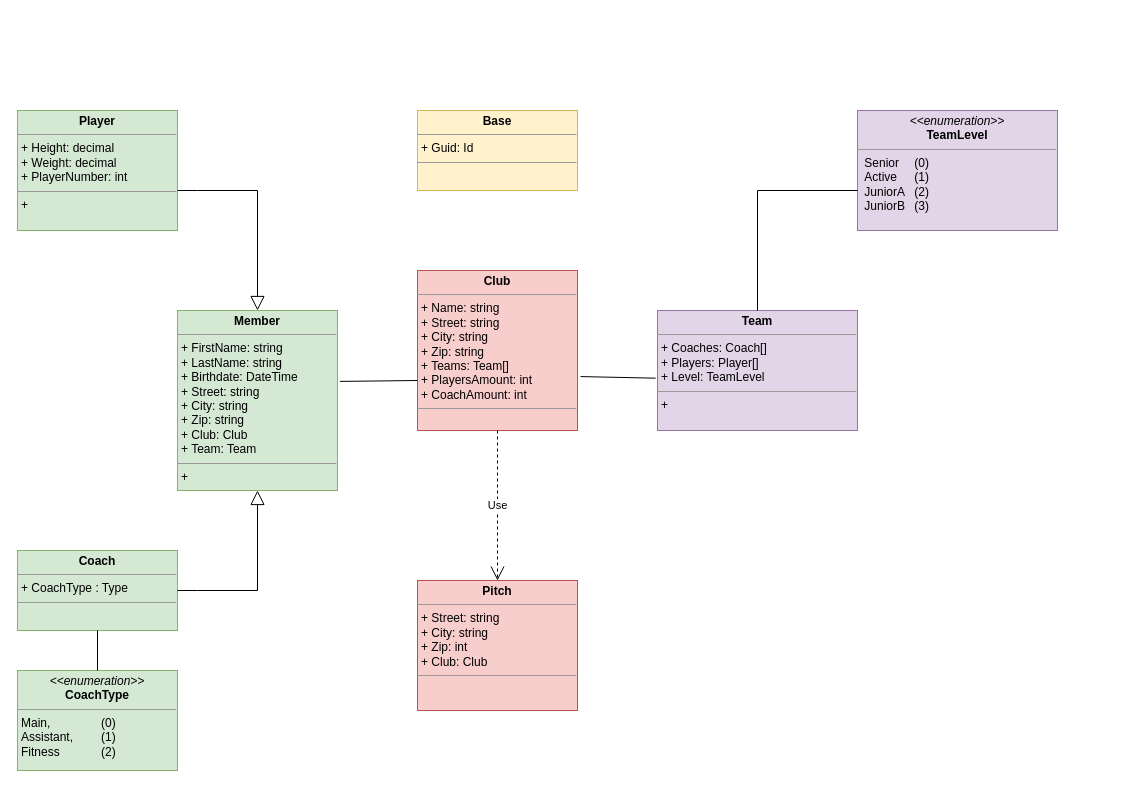
The draw.io diagram docs/Klassendiagramm.drawio in harismkhan/ClubManagement, before the edit. Source tidied: cells renumbered, new cells numbered last; positions are measured from the earlier drawing's top-left corner, leaving out a move shared by most shapes. Both pictures are drawn from the tidied source at 100%, with x=0, y=0 at pixel (17, 110).
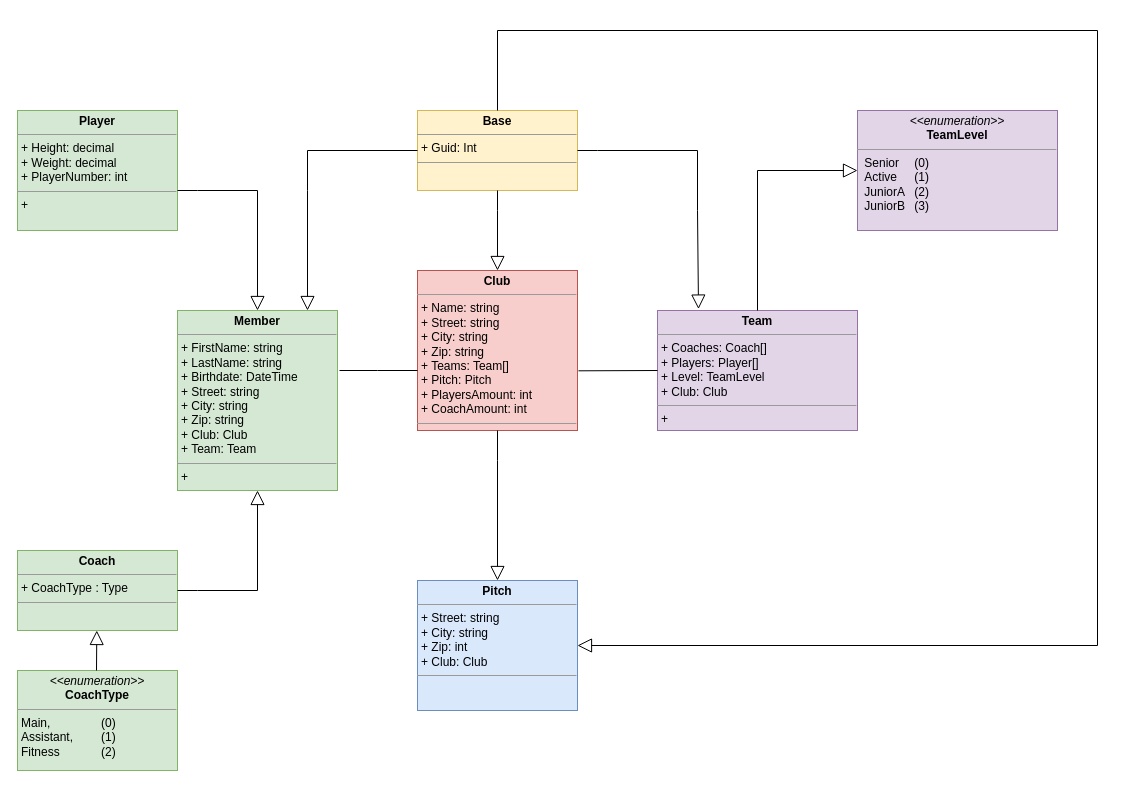
The same diagram, later.

Commit message (it also covers changes not shown here):
I updated the Class Diagramm according to the Feedback I received from the Presntation and corrected the Mistakes I had in the Program.

The change refers to these unchanged cells:
```xml
<mxCell id="5" value="&lt;p style=&quot;margin: 0px ; margin-top: 4px ; text-align: center&quot;&gt;&lt;i&gt;&amp;lt;&amp;lt;enumeration&amp;gt;&amp;gt;&lt;/i&gt;&lt;br&gt;&lt;b&gt;TeamLevel&lt;/b&gt;&lt;/p&gt;&lt;hr size=&quot;1&quot;&gt;&lt;p style=&quot;margin: 0px ; margin-left: 4px&quot;&gt;&amp;nbsp;Senior &lt;span style=&quot;white-space: pre&quot;&gt;&#9;&lt;/span&gt;(0)&lt;br&gt;&amp;nbsp;Active &lt;span style=&quot;white-space: pre&quot;&gt;&#9;&lt;/span&gt;(1)&lt;/p&gt;&lt;p style=&quot;margin: 0px ; margin-left: 4px&quot;&gt;&amp;nbsp;JuniorA &lt;span style=&quot;white-space: pre&quot;&gt;&#9;&lt;/span&gt;(2)&lt;/p&gt;&lt;p style=&quot;margin: 0px ; margin-left: 4px&quot;&gt;&amp;nbsp;JuniorB &lt;span style=&quot;white-space: pre&quot;&gt;&#9;&lt;/span&gt;(3)&lt;/p&gt;&lt;p style=&quot;margin: 0px ; margin-left: 4px&quot;&gt;&lt;br&gt;&lt;/p&gt;" style="verticalAlign=top;align=left;overflow=fill;fontSize=12;fontFamily=Helvetica;html=1;fillColor=#e1d5e7;strokeColor=#9673a6;" parent="1" vertex="1">
  <mxGeometry x="840" width="200" height="120" as="geometry" />
</mxCell>
<mxCell id="7" value="&lt;p style=&quot;margin: 0px ; margin-top: 4px ; text-align: center&quot;&gt;&lt;b&gt;Coach&lt;/b&gt;&lt;/p&gt;&lt;hr size=&quot;1&quot;&gt;&lt;p style=&quot;margin: 0px ; margin-left: 4px&quot;&gt;&lt;span&gt;+ CoachType : Type&amp;nbsp;&lt;/span&gt;&lt;br&gt;&lt;/p&gt;&lt;hr size=&quot;1&quot;&gt;&lt;p style=&quot;margin: 0px 0px 0px 4px&quot;&gt;&lt;br&gt;&lt;/p&gt;" style="verticalAlign=top;align=left;overflow=fill;fontSize=12;fontFamily=Helvetica;html=1;fillColor=#d5e8d4;strokeColor=#82b366;" parent="1" vertex="1">
  <mxGeometry y="440" width="160" height="80" as="geometry" />
</mxCell>
<mxCell id="10" value="&lt;p style=&quot;margin: 0px ; margin-top: 4px ; text-align: center&quot;&gt;&lt;i&gt;&amp;lt;&amp;lt;enumeration&amp;gt;&amp;gt;&lt;/i&gt;&lt;br&gt;&lt;b&gt;CoachType&lt;/b&gt;&lt;/p&gt;&lt;hr size=&quot;1&quot;&gt;&lt;p style=&quot;margin: 0px ; margin-left: 4px&quot;&gt;Main,&lt;span style=&quot;white-space: pre&quot;&gt;&#9;&lt;span style=&quot;white-space: pre&quot;&gt;&#9;&lt;/span&gt;&lt;/span&gt;(0)&lt;/p&gt;&lt;p style=&quot;margin: 0px ; margin-left: 4px&quot;&gt;Assistant,&lt;span style=&quot;white-space: pre&quot;&gt;&#9;&lt;/span&gt;(1)&lt;/p&gt;&lt;p style=&quot;margin: 0px ; margin-left: 4px&quot;&gt;Fitness&lt;span style=&quot;white-space: pre&quot;&gt;&#9;&lt;/span&gt;&lt;span style=&quot;white-space: pre&quot;&gt;&#9;&lt;/span&gt;(2)&lt;/p&gt;" style="verticalAlign=top;align=left;overflow=fill;fontSize=12;fontFamily=Helvetica;html=1;fillColor=#d5e8d4;strokeColor=#82b366;" parent="1" vertex="1">
  <mxGeometry y="560" width="160" height="100" as="geometry" />
</mxCell>
```

Change to the diagram source:
```diff
@@
-    <mxCell id="2" value="&lt;p style=&quot;margin: 0px ; margin-top: 4px ; text-align: center&quot;&gt;&lt;b&gt;Club&lt;/b&gt;&lt;/p&gt;&lt;hr size=&quot;1&quot;&gt;&lt;p style=&quot;margin: 0px ; margin-left: 4px&quot;&gt;+ Name: string&lt;/p&gt;&lt;p style=&quot;margin: 0px ; margin-left: 4px&quot;&gt;+ Street: string&lt;/p&gt;&lt;p style=&quot;margin: 0px 0px 0px 4px&quot;&gt;+ City: string&lt;/p&gt;&lt;div&gt;&lt;p style=&quot;margin: 0px 0px 0px 4px&quot;&gt;+ Zip: string&lt;/p&gt;&lt;/div&gt;&lt;p style=&quot;margin: 0px ; margin-left: 4px&quot;&gt;+ Teams: Team[]&lt;/p&gt;&lt;p style=&quot;margin: 0px ; margin-left: 4px&quot;&gt;+ PlayersAmount: int&lt;/p&gt;&lt;p style=&quot;margin: 0px ; margin-left: 4px&quot;&gt;+ CoachAmount: int&lt;/p&gt;&lt;hr size=&quot;1&quot;&gt;&lt;p style=&quot;margin: 0px ; margin-left: 4px&quot;&gt;&lt;br&gt;&lt;/p&gt;" style="verticalAlign=top;align=left;overflow=fill;fontSize=12;fontFamily=Helvetica;html=1;fillColor=#f8cecc;strokeColor=#b85450;" parent="1" vertex="1">
+    <mxCell id="2" value="&lt;p style=&quot;margin: 0px ; margin-top: 4px ; text-align: center&quot;&gt;&lt;b&gt;Club&lt;/b&gt;&lt;/p&gt;&lt;hr size=&quot;1&quot;&gt;&lt;p style=&quot;margin: 0px ; margin-left: 4px&quot;&gt;+ Name: string&lt;/p&gt;&lt;p style=&quot;margin: 0px ; margin-left: 4px&quot;&gt;+ Street: string&lt;/p&gt;&lt;p style=&quot;margin: 0px 0px 0px 4px&quot;&gt;+ City: string&lt;/p&gt;&lt;div&gt;&lt;p style=&quot;margin: 0px 0px 0px 4px&quot;&gt;+ Zip: string&lt;/p&gt;&lt;/div&gt;&lt;p style=&quot;margin: 0px ; margin-left: 4px&quot;&gt;+ Teams: Team[]&lt;/p&gt;&lt;p style=&quot;margin: 0px ; margin-left: 4px&quot;&gt;+ Pitch: Pitch&lt;/p&gt;&lt;p style=&quot;margin: 0px ; margin-left: 4px&quot;&gt;+ PlayersAmount: int&lt;/p&gt;&lt;p style=&quot;margin: 0px ; margin-left: 4px&quot;&gt;+ CoachAmount: int&lt;/p&gt;&lt;hr size=&quot;1&quot;&gt;&lt;p style=&quot;margin: 0px ; margin-left: 4px&quot;&gt;&lt;br&gt;&lt;/p&gt;" style="verticalAlign=top;align=left;overflow=fill;fontSize=12;fontFamily=Helvetica;html=1;fillColor=#f8cecc;strokeColor=#b85450;" parent="1" vertex="1">
       <mxGeometry x="400" y="160" width="160" height="160" as="geometry" />
     </mxCell>
-    <mxCell id="3" value="&lt;p style=&quot;margin: 0px ; margin-top: 4px ; text-align: center&quot;&gt;&lt;b&gt;Pitch&lt;/b&gt;&lt;/p&gt;&lt;hr size=&quot;1&quot;&gt;&lt;p style=&quot;margin: 0px 0px 0px 4px&quot;&gt;+ Street: string&lt;/p&gt;&lt;p style=&quot;margin: 0px 0px 0px 4px&quot;&gt;+ City: string&lt;/p&gt;&lt;p style=&quot;margin: 0px ; margin-left: 4px&quot;&gt;&lt;span&gt;+ Zip: int&lt;/span&gt;&lt;/p&gt;&lt;p style=&quot;margin: 0px ; margin-left: 4px&quot;&gt;&lt;span&gt;+ Club: Club&lt;/span&gt;&lt;br&gt;&lt;/p&gt;&lt;hr size=&quot;1&quot;&gt;&lt;p style=&quot;margin: 0px ; margin-left: 4px&quot;&gt;&lt;br&gt;&lt;/p&gt;" style="verticalAlign=top;align=left;overflow=fill;fontSize=12;fontFamily=Helvetica;html=1;fillColor=#f8cecc;strokeColor=#b85450;" parent="1" vertex="1">
+    <mxCell id="3" value="&lt;p style=&quot;margin: 0px ; margin-top: 4px ; text-align: center&quot;&gt;&lt;b&gt;Pitch&lt;/b&gt;&lt;/p&gt;&lt;hr size=&quot;1&quot;&gt;&lt;p style=&quot;margin: 0px 0px 0px 4px&quot;&gt;+ Street: string&lt;/p&gt;&lt;p style=&quot;margin: 0px 0px 0px 4px&quot;&gt;+ City: string&lt;/p&gt;&lt;p style=&quot;margin: 0px ; margin-left: 4px&quot;&gt;&lt;span&gt;+ Zip: int&lt;/span&gt;&lt;/p&gt;&lt;p style=&quot;margin: 0px ; margin-left: 4px&quot;&gt;&lt;span&gt;+ Club: Club&lt;/span&gt;&lt;br&gt;&lt;/p&gt;&lt;hr size=&quot;1&quot;&gt;&lt;p style=&quot;margin: 0px ; margin-left: 4px&quot;&gt;&lt;br&gt;&lt;/p&gt;" style="verticalAlign=top;align=left;overflow=fill;fontSize=12;fontFamily=Helvetica;html=1;fillColor=#dae8fc;strokeColor=#6c8ebf;" parent="1" vertex="1">
       <mxGeometry x="400" y="470" width="160" height="130" as="geometry" />
     </mxCell>
-    <mxCell id="4" value="&lt;p style=&quot;margin: 0px ; margin-top: 4px ; text-align: center&quot;&gt;&lt;b&gt;Team&lt;/b&gt;&lt;/p&gt;&lt;hr size=&quot;1&quot;&gt;&lt;p style=&quot;margin: 0px ; margin-left: 4px&quot;&gt;+ Coaches: Coach[]&lt;/p&gt;&lt;p style=&quot;margin: 0px ; margin-left: 4px&quot;&gt;+ Players: Player[]&lt;/p&gt;&lt;p style=&quot;margin: 0px ; margin-left: 4px&quot;&gt;+ Level: TeamLevel&lt;/p&gt;&lt;hr size=&quot;1&quot;&gt;&lt;p style=&quot;margin: 0px ; margin-left: 4px&quot;&gt;+&amp;nbsp;&lt;/p&gt;" style="verticalAlign=top;align=left;overflow=fill;fontSize=12;fontFamily=Helvetica;html=1;fillColor=#e1d5e7;strokeColor=#9673a6;" parent="1" vertex="1">
+    <mxCell id="4" value="&lt;p style=&quot;margin: 0px ; margin-top: 4px ; text-align: center&quot;&gt;&lt;b&gt;Team&lt;/b&gt;&lt;/p&gt;&lt;hr size=&quot;1&quot;&gt;&lt;p style=&quot;margin: 0px ; margin-left: 4px&quot;&gt;+ Coaches: Coach[]&lt;/p&gt;&lt;p style=&quot;margin: 0px ; margin-left: 4px&quot;&gt;+ Players: Player[]&lt;/p&gt;&lt;p style=&quot;margin: 0px ; margin-left: 4px&quot;&gt;&lt;span&gt;+ Level: TeamLevel&lt;/span&gt;&lt;br&gt;&lt;/p&gt;&lt;p style=&quot;margin: 0px ; margin-left: 4px&quot;&gt;&lt;span&gt;+ Club: Club&lt;/span&gt;&lt;/p&gt;&lt;hr size=&quot;1&quot;&gt;&lt;p style=&quot;margin: 0px ; margin-left: 4px&quot;&gt;+&amp;nbsp;&lt;/p&gt;" style="verticalAlign=top;align=left;overflow=fill;fontSize=12;fontFamily=Helvetica;html=1;fillColor=#e1d5e7;strokeColor=#9673a6;" parent="1" vertex="1">
       <mxGeometry x="640" y="200" width="200" height="120" as="geometry" />
     </mxCell>
@@
-    <mxCell id="9" value="Use" style="endArrow=open;endSize=12;dashed=1;html=1;rounded=0;entryX=0.5;entryY=0;entryDx=0;entryDy=0;exitX=0.5;exitY=1;exitDx=0;exitDy=0;" parent="1" edge="1" source="2" target="3">
-      <mxGeometry relative="1" as="geometry" />
-    </mxCell>
@@
-    <mxCell id="13" style="endArrow=none;html=1;rounded=0;exitX=0.5;exitY=0;exitDx=0;exitDy=0;" parent="1" edge="1" source="4">
-      <mxGeometry relative="1" as="geometry">
-        <mxPoint x="840" y="80" as="targetPoint" />
-        <Array as="points">
-          <mxPoint x="740" y="80" />
-        </Array>
-      </mxGeometry>
-    </mxCell>
-    <mxCell id="14" style="endArrow=none;html=1;rounded=0;exitX=0.5;exitY=1;exitDx=0;exitDy=0;entryX=0.5;entryY=0;entryDx=0;entryDy=0;" parent="1" edge="1" source="7" target="10">
-      <mxGeometry relative="1" as="geometry" />
-    </mxCell>
-    <mxCell id="15" style="endArrow=none;html=1;rounded=0;exitX=-0.009;exitY=0.564;exitDx=0;exitDy=0;exitPerimeter=0;entryX=1.019;entryY=0.663;entryDx=0;entryDy=0;entryPerimeter=0;" parent="1" edge="1" source="4" target="2">
+    <mxCell id="15" style="endArrow=none;html=1;rounded=0;exitX=0;exitY=0.5;exitDx=0;exitDy=0;entryX=1.006;entryY=0.627;entryDx=0;entryDy=0;entryPerimeter=0;" parent="1" edge="1" source="4" target="2">
       <mxGeometry relative="1" as="geometry" />
     </mxCell>
-    <mxCell id="16" style="endArrow=none;html=1;rounded=0;exitX=-0.001;exitY=0.411;exitDx=0;exitDy=0;exitPerimeter=0;entryX=1.014;entryY=0.564;entryDx=0;entryDy=0;entryPerimeter=0;" parent="1" edge="1">
+    <mxCell id="16" style="endArrow=none;html=1;rounded=0;" parent="1" edge="1">
       <mxGeometry relative="1" as="geometry">
-        <mxPoint x="400" y="270" as="sourcePoint" />
-        <mxPoint x="322.4" y="270.9" as="targetPoint" />
+        <mxPoint x="400" y="260" as="sourcePoint" />
+        <mxPoint x="322" y="260" as="targetPoint" />
+        <Array as="points">
+          <mxPoint x="360" y="260" />
+        </Array>
       </mxGeometry>
     </mxCell>
-    <mxCell id="17" value="&lt;p style=&quot;margin: 0px ; margin-top: 4px ; text-align: center&quot;&gt;&lt;b&gt;Base&lt;/b&gt;&lt;/p&gt;&lt;hr size=&quot;1&quot;&gt;&lt;p style=&quot;margin: 0px ; margin-left: 4px&quot;&gt;+ Guid: Id&lt;/p&gt;&lt;hr size=&quot;1&quot;&gt;&lt;p style=&quot;margin: 0px ; margin-left: 4px&quot;&gt;&lt;br&gt;&lt;/p&gt;" style="verticalAlign=top;align=left;overflow=fill;fontSize=12;fontFamily=Helvetica;html=1;fillColor=#fff2cc;strokeColor=#d6b656;" parent="1" vertex="1">
+    <mxCell id="17" value="&lt;p style=&quot;margin: 0px ; margin-top: 4px ; text-align: center&quot;&gt;&lt;b&gt;Base&lt;/b&gt;&lt;/p&gt;&lt;hr size=&quot;1&quot;&gt;&lt;p style=&quot;margin: 0px ; margin-left: 4px&quot;&gt;+ Guid: Int&lt;/p&gt;&lt;hr size=&quot;1&quot;&gt;&lt;p style=&quot;margin: 0px ; margin-left: 4px&quot;&gt;&lt;br&gt;&lt;/p&gt;" style="verticalAlign=top;align=left;overflow=fill;fontSize=12;fontFamily=Helvetica;html=1;fillColor=#fff2cc;strokeColor=#d6b656;" parent="1" vertex="1">
       <mxGeometry x="400" width="160" height="80" as="geometry" />
     </mxCell>
+    <mxCell id="18" style="edgeStyle=none;html=1;endSize=12;endArrow=block;endFill=0;rounded=0;entryX=0.5;entryY=1;entryDx=0;entryDy=0;" parent="1" edge="1">
+      <mxGeometry relative="1" as="geometry">
+        <mxPoint x="79" y="560" as="sourcePoint" />
+        <mxPoint x="79.3" y="520" as="targetPoint" />
+      </mxGeometry>
+    </mxCell>
+    <mxCell id="19" style="edgeStyle=none;html=1;endSize=12;endArrow=block;endFill=0;rounded=0;entryX=0;entryY=0.5;entryDx=0;entryDy=0;exitX=0.5;exitY=0;exitDx=0;exitDy=0;" parent="1" edge="1" source="4" target="5">
+      <mxGeometry relative="1" as="geometry">
+        <Array as="points">
+          <mxPoint x="740" y="60" />
+        </Array>
+      </mxGeometry>
+    </mxCell>
+    <mxCell id="20" style="edgeStyle=none;html=1;endSize=12;endArrow=block;endFill=0;rounded=0;entryX=0.5;entryY=0;entryDx=0;entryDy=0;exitX=0.5;exitY=1;exitDx=0;exitDy=0;" parent="1" edge="1" source="2">
+      <mxGeometry relative="1" as="geometry">
+        <mxPoint x="480" y="470" as="targetPoint" />
+        <Array as="points">
+          <mxPoint x="480" y="350" />
+        </Array>
+      </mxGeometry>
+    </mxCell>
+    <mxCell id="21" style="edgeStyle=none;html=1;endSize=12;endArrow=block;endFill=0;rounded=0;entryX=0.205;entryY=-0.012;entryDx=0;entryDy=0;exitX=1;exitY=0.5;exitDx=0;exitDy=0;entryPerimeter=0;" parent="1" edge="1" target="4">
+      <mxGeometry relative="1" as="geometry">
+        <mxPoint x="560" y="40" as="sourcePoint" />
+        <Array as="points">
+          <mxPoint x="580" y="40" />
+          <mxPoint x="680" y="40" />
+          <mxPoint x="680" y="100" />
+        </Array>
+      </mxGeometry>
+    </mxCell>
+    <mxCell id="22" style="edgeStyle=none;html=1;endSize=12;endArrow=block;endFill=0;rounded=0;entryX=0.5;entryY=0;entryDx=0;entryDy=0;exitX=0.5;exitY=1;exitDx=0;exitDy=0;" parent="1" edge="1" source="17" target="2">
+      <mxGeometry relative="1" as="geometry">
+        <Array as="points">
+          <mxPoint x="480" y="100" />
+        </Array>
+      </mxGeometry>
+    </mxCell>
+    <mxCell id="23" style="edgeStyle=none;html=1;endSize=12;endArrow=block;endFill=0;rounded=0;entryX=0.5;entryY=0;entryDx=0;entryDy=0;exitX=0;exitY=0.5;exitDx=0;exitDy=0;" parent="1" edge="1" source="17">
+      <mxGeometry relative="1" as="geometry">
+        <mxPoint x="290" y="200" as="targetPoint" />
+        <Array as="points">
+          <mxPoint x="290" y="40" />
+          <mxPoint x="290" y="80" />
+        </Array>
+      </mxGeometry>
+    </mxCell>
+    <mxCell id="24" style="edgeStyle=none;html=1;endSize=12;endArrow=block;endFill=0;rounded=0;entryX=1;entryY=0.5;entryDx=0;entryDy=0;exitX=0.5;exitY=0;exitDx=0;exitDy=0;" parent="1" edge="1" source="17" target="3">
+      <mxGeometry relative="1" as="geometry">
+        <Array as="points">
+          <mxPoint x="480" y="-80" />
+          <mxPoint x="1080" y="-80" />
+          <mxPoint x="1080" y="535" />
+        </Array>
+      </mxGeometry>
+    </mxCell>
```
